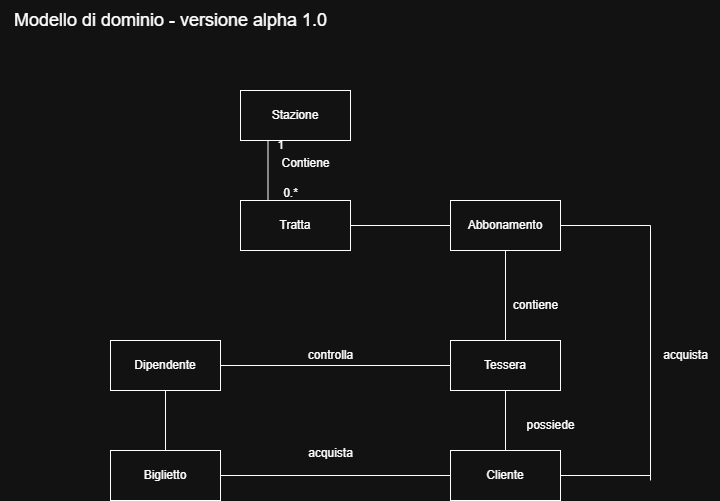
IngSW-unipv/Progetto-K25 keeps this draw.io diagram as Diagrammi/Modello di dominio_v1.0.png. Above is the earlier version. Source tidied: cells renumbered, new cells last; positions are measured from the earlier drawing's top-left corner, leaving out a move shared by most shapes. Its diagram source:
```xml
<mxGraphModel>
  <root>
    <mxCell id="0" />
    <mxCell id="1" parent="0" />
    <mxCell id="2" value="Cliente" style="html=1;whiteSpace=wrap;" parent="1" vertex="1">
      <mxGeometry x="450" y="450" width="110" height="50" as="geometry" />
    </mxCell>
    <mxCell id="3" value="Dipendente" style="html=1;whiteSpace=wrap;" parent="1" vertex="1">
      <mxGeometry x="110" y="340" width="110" height="50" as="geometry" />
    </mxCell>
    <mxCell id="4" value="Tessera" style="html=1;whiteSpace=wrap;" parent="1" vertex="1">
      <mxGeometry x="450" y="340" width="110" height="50" as="geometry" />
    </mxCell>
    <mxCell id="5" value="Abbonamento" style="html=1;whiteSpace=wrap;" parent="1" vertex="1">
      <mxGeometry x="450" y="200" width="110" height="50" as="geometry" />
    </mxCell>
    <mxCell id="6" value="Biglietto" style="html=1;whiteSpace=wrap;" parent="1" vertex="1">
      <mxGeometry x="110" y="450" width="110" height="50" as="geometry" />
    </mxCell>
    <mxCell id="7" value="Tratta" style="html=1;whiteSpace=wrap;" parent="1" vertex="1">
      <mxGeometry x="240" y="200" width="110" height="50" as="geometry" />
    </mxCell>
    <mxCell id="8" value="Stazione" style="html=1;whiteSpace=wrap;" parent="1" vertex="1">
      <mxGeometry x="240" y="90" width="110" height="50" as="geometry" />
    </mxCell>
    <mxCell id="9" style="endArrow=none;html=1;rounded=0;entryX=0.25;entryY=1;entryDx=0;entryDy=0;exitX=0.25;exitY=0;exitDx=0;exitDy=0;" parent="1" edge="1" source="7" target="8">
      <mxGeometry relative="1" as="geometry" />
    </mxCell>
    <mxCell id="10" value="Contiene" style="text;html=1;align=center;verticalAlign=middle;strokeColor=none;fillColor=none;" parent="1" vertex="1">
      <mxGeometry x="270" y="148" width="70" height="30" as="geometry" />
    </mxCell>
    <mxCell id="11" value="1" style="text;html=1;align=center;verticalAlign=middle;strokeColor=none;fillColor=none;" parent="1" vertex="1">
      <mxGeometry x="265" y="130" width="30" height="30" as="geometry" />
    </mxCell>
    <mxCell id="12" value="0.*" style="text;html=1;align=center;verticalAlign=middle;strokeColor=none;fillColor=none;" parent="1" vertex="1">
      <mxGeometry x="270" y="178" width="40" height="30" as="geometry" />
    </mxCell>
    <mxCell id="13" style="endArrow=none;html=1;rounded=0;entryX=1;entryY=0.5;entryDx=0;entryDy=0;exitX=0;exitY=0.5;exitDx=0;exitDy=0;" parent="1" edge="1" source="5" target="7">
      <mxGeometry relative="1" as="geometry" />
    </mxCell>
    <mxCell id="14" style="endArrow=none;html=1;rounded=0;entryX=0.5;entryY=1;entryDx=0;entryDy=0;exitX=0.5;exitY=0;exitDx=0;exitDy=0;" parent="1" edge="1" source="4" target="5">
      <mxGeometry relative="1" as="geometry" />
    </mxCell>
    <mxCell id="15" style="endArrow=none;html=1;rounded=0;exitX=1;exitY=0.5;exitDx=0;exitDy=0;entryX=0;entryY=0.5;entryDx=0;entryDy=0;" parent="1" edge="1" source="3" target="4">
      <mxGeometry relative="1" as="geometry" />
    </mxCell>
    <mxCell id="16" style="endArrow=none;html=1;rounded=0;entryX=0.5;entryY=1;entryDx=0;entryDy=0;exitX=0.5;exitY=0;exitDx=0;exitDy=0;" parent="1" edge="1" source="2" target="4">
      <mxGeometry relative="1" as="geometry" />
    </mxCell>
    <mxCell id="17" style="endArrow=none;html=1;rounded=0;entryX=0.5;entryY=1;entryDx=0;entryDy=0;exitX=0.5;exitY=0;exitDx=0;exitDy=0;" parent="1" edge="1" source="6" target="3">
      <mxGeometry relative="1" as="geometry" />
    </mxCell>
    <mxCell id="18" style="endArrow=none;html=1;rounded=0;entryX=0;entryY=0.5;entryDx=0;entryDy=0;exitX=1;exitY=0.5;exitDx=0;exitDy=0;" parent="1" edge="1" source="6" target="2">
      <mxGeometry relative="1" as="geometry" />
    </mxCell>
    <mxCell id="19" value="controlla" style="text;html=1;align=center;verticalAlign=middle;strokeColor=none;fillColor=none;" parent="1" vertex="1">
      <mxGeometry x="295" y="340" width="70" height="30" as="geometry" />
    </mxCell>
    <mxCell id="20" value="possiede" style="text;html=1;align=center;verticalAlign=middle;strokeColor=none;fillColor=none;" parent="1" vertex="1">
      <mxGeometry x="515" y="410" width="70" height="30" as="geometry" />
    </mxCell>
    <mxCell id="21" value="acquista" style="text;html=1;align=center;verticalAlign=middle;strokeColor=none;fillColor=none;" parent="1" vertex="1">
      <mxGeometry x="295" y="438" width="70" height="30" as="geometry" />
    </mxCell>
    <mxCell id="22" value="contiene" style="text;html=1;align=center;verticalAlign=middle;strokeColor=none;fillColor=none;" parent="1" vertex="1">
      <mxGeometry x="500" y="290" width="70" height="30" as="geometry" />
    </mxCell>
    <mxCell id="23" style="endArrow=none;html=1;rounded=0;entryX=1;entryY=0.5;entryDx=0;entryDy=0;" parent="1" edge="1" target="2">
      <mxGeometry relative="1" as="geometry">
        <mxPoint x="650" y="475" as="sourcePoint" />
      </mxGeometry>
    </mxCell>
    <mxCell id="24" style="endArrow=none;html=1;rounded=0;exitX=1;exitY=0.5;exitDx=0;exitDy=0;" parent="1" edge="1" source="5">
      <mxGeometry relative="1" as="geometry">
        <mxPoint x="650" y="480" as="targetPoint" />
        <Array as="points">
          <mxPoint x="650" y="225" />
        </Array>
      </mxGeometry>
    </mxCell>
    <mxCell id="25" value="acquista" style="text;html=1;align=center;verticalAlign=middle;strokeColor=none;fillColor=none;" parent="1" vertex="1">
      <mxGeometry x="650" y="340" width="70" height="30" as="geometry" />
    </mxCell>
    <mxCell id="26" value="&lt;font style=&quot;font-size: 18px;&quot;&gt;Modello di dominio - versione alpha 1.0&lt;/font&gt;" style="text;html=1;align=center;verticalAlign=middle;strokeColor=none;fillColor=none;" parent="1" vertex="1">
      <mxGeometry width="340" height="40" as="geometry" />
    </mxCell>
  </root>
</mxGraphModel>
```
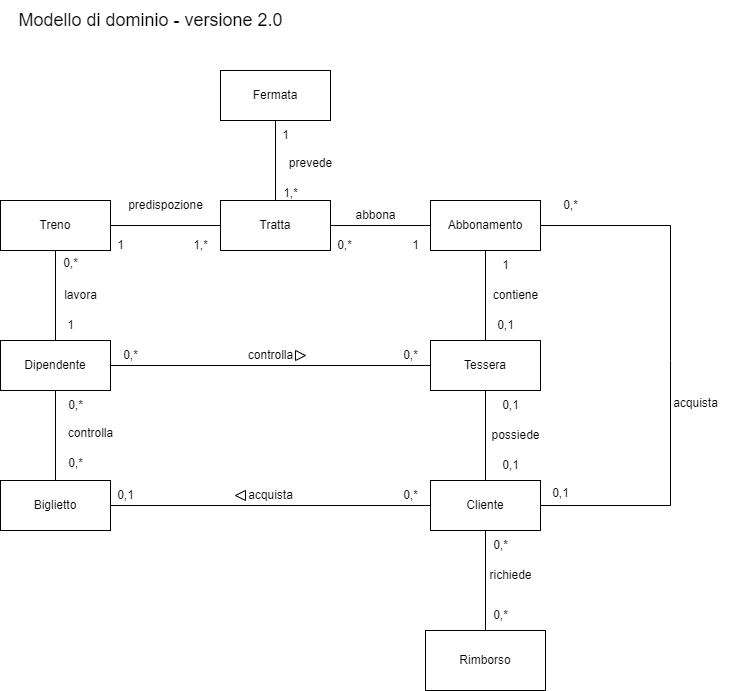
Later version of the same file.

Change to the diagram source:
```diff
@@ -3,10 +3,10 @@
     <mxCell id="0" />
     <mxCell id="1" parent="0" />
     <mxCell id="2" value="Cliente" style="html=1;whiteSpace=wrap;" parent="1" vertex="1">
-      <mxGeometry x="450" y="450" width="110" height="50" as="geometry" />
+      <mxGeometry x="450" y="480" width="110" height="50" as="geometry" />
     </mxCell>
     <mxCell id="3" value="Dipendente" style="html=1;whiteSpace=wrap;" parent="1" vertex="1">
-      <mxGeometry x="110" y="340" width="110" height="50" as="geometry" />
+      <mxGeometry x="20" y="340" width="110" height="50" as="geometry" />
     </mxCell>
     <mxCell id="4" value="Tessera" style="html=1;whiteSpace=wrap;" parent="1" vertex="1">
       <mxGeometry x="450" y="340" width="110" height="50" as="geometry" />
@@ -15,25 +15,22 @@
       <mxGeometry x="450" y="200" width="110" height="50" as="geometry" />
     </mxCell>
     <mxCell id="6" value="Biglietto" style="html=1;whiteSpace=wrap;" parent="1" vertex="1">
-      <mxGeometry x="110" y="450" width="110" height="50" as="geometry" />
+      <mxGeometry x="20" y="480" width="110" height="50" as="geometry" />
     </mxCell>
     <mxCell id="7" value="Tratta" style="html=1;whiteSpace=wrap;" parent="1" vertex="1">
       <mxGeometry x="240" y="200" width="110" height="50" as="geometry" />
     </mxCell>
-    <mxCell id="8" value="Stazione" style="html=1;whiteSpace=wrap;" parent="1" vertex="1">
-      <mxGeometry x="240" y="90" width="110" height="50" as="geometry" />
+    <mxCell id="8" value="Fermata" style="html=1;whiteSpace=wrap;" parent="1" vertex="1">
+      <mxGeometry x="240" y="70" width="110" height="50" as="geometry" />
     </mxCell>
-    <mxCell id="9" style="endArrow=none;html=1;rounded=0;entryX=0.25;entryY=1;entryDx=0;entryDy=0;exitX=0.25;exitY=0;exitDx=0;exitDy=0;" parent="1" edge="1" source="7" target="8">
-      <mxGeometry relative="1" as="geometry" />
-    </mxCell>
-    <mxCell id="10" value="Contiene" style="text;html=1;align=center;verticalAlign=middle;strokeColor=none;fillColor=none;" parent="1" vertex="1">
-      <mxGeometry x="270" y="148" width="70" height="30" as="geometry" />
+    <mxCell id="10" value="prevede" style="text;html=1;align=center;verticalAlign=middle;strokeColor=none;fillColor=none;" parent="1" vertex="1">
+      <mxGeometry x="295" y="148" width="70" height="30" as="geometry" />
     </mxCell>
-    <mxCell id="11" value="1" style="text;html=1;align=center;verticalAlign=middle;strokeColor=none;fillColor=none;" parent="1" vertex="1">
-      <mxGeometry x="265" y="130" width="30" height="30" as="geometry" />
+    <mxCell id="11" value="1,*" style="text;html=1;align=center;verticalAlign=middle;strokeColor=none;fillColor=none;" parent="1" vertex="1">
+      <mxGeometry x="290" y="178" width="40" height="30" as="geometry" />
     </mxCell>
-    <mxCell id="12" value="0.*" style="text;html=1;align=center;verticalAlign=middle;strokeColor=none;fillColor=none;" parent="1" vertex="1">
-      <mxGeometry x="270" y="178" width="40" height="30" as="geometry" />
+    <mxCell id="12" value="1" style="text;html=1;align=center;verticalAlign=middle;strokeColor=none;fillColor=none;" parent="1" vertex="1">
+      <mxGeometry x="290" y="120" width="30" height="30" as="geometry" />
     </mxCell>
     <mxCell id="13" style="endArrow=none;html=1;rounded=0;entryX=1;entryY=0.5;entryDx=0;entryDy=0;exitX=0;exitY=0.5;exitDx=0;exitDy=0;" parent="1" edge="1" source="5" target="7">
       <mxGeometry relative="1" as="geometry" />
@@ -54,35 +51,130 @@
       <mxGeometry relative="1" as="geometry" />
     </mxCell>
     <mxCell id="19" value="controlla" style="text;html=1;align=center;verticalAlign=middle;strokeColor=none;fillColor=none;" parent="1" vertex="1">
-      <mxGeometry x="295" y="340" width="70" height="30" as="geometry" />
+      <mxGeometry x="255" y="340" width="70" height="30" as="geometry" />
     </mxCell>
     <mxCell id="20" value="possiede" style="text;html=1;align=center;verticalAlign=middle;strokeColor=none;fillColor=none;" parent="1" vertex="1">
-      <mxGeometry x="515" y="410" width="70" height="30" as="geometry" />
+      <mxGeometry x="500" y="420" width="70" height="30" as="geometry" />
     </mxCell>
     <mxCell id="21" value="acquista" style="text;html=1;align=center;verticalAlign=middle;strokeColor=none;fillColor=none;" parent="1" vertex="1">
-      <mxGeometry x="295" y="438" width="70" height="30" as="geometry" />
+      <mxGeometry x="255" y="480" width="70" height="30" as="geometry" />
     </mxCell>
     <mxCell id="22" value="contiene" style="text;html=1;align=center;verticalAlign=middle;strokeColor=none;fillColor=none;" parent="1" vertex="1">
-      <mxGeometry x="500" y="290" width="70" height="30" as="geometry" />
+      <mxGeometry x="500" y="280" width="70" height="30" as="geometry" />
     </mxCell>
-    <mxCell id="23" style="endArrow=none;html=1;rounded=0;entryX=1;entryY=0.5;entryDx=0;entryDy=0;" parent="1" edge="1" target="2">
-      <mxGeometry relative="1" as="geometry">
-        <mxPoint x="650" y="475" as="sourcePoint" />
-      </mxGeometry>
-    </mxCell>
-    <mxCell id="24" style="endArrow=none;html=1;rounded=0;exitX=1;exitY=0.5;exitDx=0;exitDy=0;" parent="1" edge="1" source="5">
-      <mxGeometry relative="1" as="geometry">
-        <mxPoint x="650" y="480" as="targetPoint" />
-        <Array as="points">
-          <mxPoint x="650" y="225" />
-        </Array>
-      </mxGeometry>
-    </mxCell>
+    <mxCell id="26" value="&lt;font style=&quot;font-size: 18px;&quot;&gt;Modello di dominio - versione 2.0&lt;/font&gt;" style="text;html=1;align=center;verticalAlign=middle;strokeColor=none;fillColor=none;" parent="1" vertex="1">
+      <mxGeometry x="25" width="290" height="40" as="geometry" />
+    </mxCell>
+    <mxCell id="27" value="Treno" style="html=1;whiteSpace=wrap;" parent="1" vertex="1">
+      <mxGeometry x="20" y="200" width="110" height="50" as="geometry" />
+    </mxCell>
+    <mxCell id="28" style="endArrow=none;html=1;rounded=0;entryX=0.5;entryY=1;entryDx=0;entryDy=0;exitX=0.5;exitY=0;exitDx=0;exitDy=0;" parent="1" edge="1" source="3" target="27">
+      <mxGeometry relative="1" as="geometry" />
+    </mxCell>
+    <mxCell id="29" style="endArrow=none;html=1;rounded=0;entryX=1;entryY=0.5;entryDx=0;entryDy=0;exitX=0;exitY=0.5;exitDx=0;exitDy=0;" parent="1" edge="1" source="7" target="27">
+      <mxGeometry relative="1" as="geometry" />
+    </mxCell>
+    <mxCell id="30" value="0,1" style="text;html=1;align=center;verticalAlign=middle;strokeColor=none;fillColor=none;" parent="1" vertex="1">
+      <mxGeometry x="510" y="390" width="40" height="30" as="geometry" />
+    </mxCell>
+    <mxCell id="31" value="0,1" style="text;html=1;align=center;verticalAlign=middle;strokeColor=none;fillColor=none;" parent="1" vertex="1">
+      <mxGeometry x="510" y="450" width="40" height="30" as="geometry" />
+    </mxCell>
+    <mxCell id="32" value="0,1" style="text;html=1;align=center;verticalAlign=middle;strokeColor=none;fillColor=none;" parent="1" vertex="1">
+      <mxGeometry x="505" y="310" width="40" height="30" as="geometry" />
+    </mxCell>
+    <mxCell id="33" value="1" style="text;html=1;align=center;verticalAlign=middle;strokeColor=none;fillColor=none;" parent="1" vertex="1">
+      <mxGeometry x="510" y="250" width="30" height="30" as="geometry" />
+    </mxCell>
+    <mxCell id="34" style="triangle;whiteSpace=wrap;html=1;" parent="1" vertex="1">
+      <mxGeometry x="315" y="350" width="10" height="10" as="geometry" />
+    </mxCell>
+    <mxCell id="35" value="controlla" style="text;html=1;align=center;verticalAlign=middle;strokeColor=none;fillColor=none;" parent="1" vertex="1">
+      <mxGeometry x="75" y="418" width="70" height="30" as="geometry" />
+    </mxCell>
+    <mxCell id="36" value="lavora" style="text;html=1;align=center;verticalAlign=middle;strokeColor=none;fillColor=none;" parent="1" vertex="1">
+      <mxGeometry x="70" y="280" width="60" height="30" as="geometry" />
+    </mxCell>
+    <mxCell id="37" value="predispozione" style="text;html=1;align=center;verticalAlign=middle;strokeColor=none;fillColor=none;" parent="1" vertex="1">
+      <mxGeometry x="135" y="190" width="100" height="30" as="geometry" />
+    </mxCell>
+    <mxCell id="38" value="0,*" style="text;html=1;align=center;verticalAlign=middle;strokeColor=none;fillColor=none;" parent="1" vertex="1">
+      <mxGeometry x="410" y="340" width="40" height="30" as="geometry" />
+    </mxCell>
+    <mxCell id="39" value="0,*" style="text;html=1;align=center;verticalAlign=middle;strokeColor=none;fillColor=none;" parent="1" vertex="1">
+      <mxGeometry x="130" y="340" width="40" height="30" as="geometry" />
+    </mxCell>
+    <mxCell id="40" value="0,*" style="text;html=1;align=center;verticalAlign=middle;strokeColor=none;fillColor=none;" parent="1" vertex="1">
+      <mxGeometry x="75" y="390" width="40" height="30" as="geometry" />
+    </mxCell>
+    <mxCell id="41" value="0,*" style="text;html=1;align=center;verticalAlign=middle;strokeColor=none;fillColor=none;" parent="1" vertex="1">
+      <mxGeometry x="75" y="448" width="40" height="30" as="geometry" />
+    </mxCell>
+    <mxCell id="9" style="endArrow=none;html=1;rounded=0;entryX=0.5;entryY=1;entryDx=0;entryDy=0;exitX=0.5;exitY=0;exitDx=0;exitDy=0;" parent="1" edge="1" source="7" target="8">
+      <mxGeometry relative="1" as="geometry" />
+    </mxCell>
+    <mxCell id="42" value="0,*" style="text;html=1;align=center;verticalAlign=middle;strokeColor=none;fillColor=none;" parent="1" vertex="1">
+      <mxGeometry x="410" y="480" width="40" height="30" as="geometry" />
+    </mxCell>
+    <mxCell id="43" style="triangle;whiteSpace=wrap;html=1;rotation=-180;" parent="1" vertex="1">
+      <mxGeometry x="255" y="490" width="10" height="10" as="geometry" />
+    </mxCell>
+    <mxCell id="44" value="0,1" style="text;html=1;align=center;verticalAlign=middle;strokeColor=none;fillColor=none;" parent="1" vertex="1">
+      <mxGeometry x="125" y="480" width="40" height="30" as="geometry" />
+    </mxCell>
+    <mxCell id="45" value="Rimborso" style="rounded=0;whiteSpace=wrap;html=1;" parent="1" vertex="1">
+      <mxGeometry x="445" y="630" width="120" height="60" as="geometry" />
+    </mxCell>
+    <mxCell id="46" style="endArrow=none;html=1;rounded=0;entryX=0.5;entryY=1;entryDx=0;entryDy=0;exitX=0.5;exitY=0;exitDx=0;exitDy=0;" parent="1" edge="1" source="45" target="2">
+      <mxGeometry relative="1" as="geometry" />
+    </mxCell>
+    <mxCell id="47" value="richiede" style="text;html=1;align=center;verticalAlign=middle;strokeColor=none;fillColor=none;" parent="1" vertex="1">
+      <mxGeometry x="495" y="560" width="70" height="30" as="geometry" />
+    </mxCell>
+    <mxCell id="48" value="0,*" style="text;html=1;align=center;verticalAlign=middle;strokeColor=none;fillColor=none;" parent="1" vertex="1">
+      <mxGeometry x="500" y="530" width="40" height="30" as="geometry" />
+    </mxCell>
+    <mxCell id="49" value="0,*" style="text;html=1;align=center;verticalAlign=middle;strokeColor=none;fillColor=none;" parent="1" vertex="1">
+      <mxGeometry x="500" y="600" width="40" height="30" as="geometry" />
+    </mxCell>
+    <mxCell id="50" style="endArrow=none;html=1;rounded=0;entryX=1;entryY=0.5;entryDx=0;entryDy=0;exitX=1;exitY=0.5;exitDx=0;exitDy=0;" parent="1" edge="1" source="5" target="2">
+      <mxGeometry relative="1" as="geometry">
+        <Array as="points">
+          <mxPoint x="690" y="225" />
+          <mxPoint x="690" y="360" />
+          <mxPoint x="690" y="505" />
+        </Array>
+      </mxGeometry>
+    </mxCell>
     <mxCell id="25" value="acquista" style="text;html=1;align=center;verticalAlign=middle;strokeColor=none;fillColor=none;" parent="1" vertex="1">
-      <mxGeometry x="650" y="340" width="70" height="30" as="geometry" />
+      <mxGeometry x="680" y="388" width="70" height="30" as="geometry" />
     </mxCell>
-    <mxCell id="26" value="&lt;font style=&quot;font-size: 18px;&quot;&gt;Modello di dominio - versione alpha 1.0&lt;/font&gt;" style="text;html=1;align=center;verticalAlign=middle;strokeColor=none;fillColor=none;" parent="1" vertex="1">
-      <mxGeometry width="340" height="40" as="geometry" />
-    </mxCell>
+    <mxCell id="51" value="1" style="text;html=1;align=center;verticalAlign=middle;strokeColor=none;fillColor=none;" parent="1" vertex="1">
+      <mxGeometry x="75" y="310" width="30" height="30" as="geometry" />
+    </mxCell>
+    <mxCell id="52" value="0,*" style="text;html=1;align=center;verticalAlign=middle;strokeColor=none;fillColor=none;" parent="1" vertex="1">
+      <mxGeometry x="70" y="248" width="40" height="30" as="geometry" />
+    </mxCell>
+    <mxCell id="53" value="1,*" style="text;html=1;align=center;verticalAlign=middle;strokeColor=none;fillColor=none;" parent="1" vertex="1">
+      <mxGeometry x="200" y="230" width="40" height="30" as="geometry" />
+    </mxCell>
+    <mxCell id="54" value="1" style="text;html=1;align=center;verticalAlign=middle;strokeColor=none;fillColor=none;" parent="1" vertex="1">
+      <mxGeometry x="125" y="230" width="30" height="30" as="geometry" />
+    </mxCell>
+    <mxCell id="55" value="abbona" style="text;html=1;align=center;verticalAlign=middle;strokeColor=none;fillColor=none;" parent="1" vertex="1">
+      <mxGeometry x="365" y="200" width="60" height="30" as="geometry" />
+    </mxCell>
+    <mxCell id="56" value="0,*" style="text;html=1;align=center;verticalAlign=middle;strokeColor=none;fillColor=none;" parent="1" vertex="1">
+      <mxGeometry x="344" y="230" width="40" height="30" as="geometry" />
+    </mxCell>
+    <mxCell id="57" value="1" style="text;html=1;align=center;verticalAlign=middle;strokeColor=none;fillColor=none;" parent="1" vertex="1">
+      <mxGeometry x="420" y="230" width="30" height="30" as="geometry" />
+    </mxCell>
+    <mxCell id="58" value="0,1" style="text;html=1;align=center;verticalAlign=middle;strokeColor=none;fillColor=none;" parent="1" vertex="1">
+      <mxGeometry x="560" y="478" width="40" height="30" as="geometry" />
+    </mxCell>
+    <mxCell id="59" value="0,*" style="text;html=1;align=center;verticalAlign=middle;strokeColor=none;fillColor=none;" parent="1" vertex="1">
+      <mxGeometry x="570" y="190" width="40" height="30" as="geometry" />
+    </mxCell>
   </root>
 </mxGraphModel>
```
